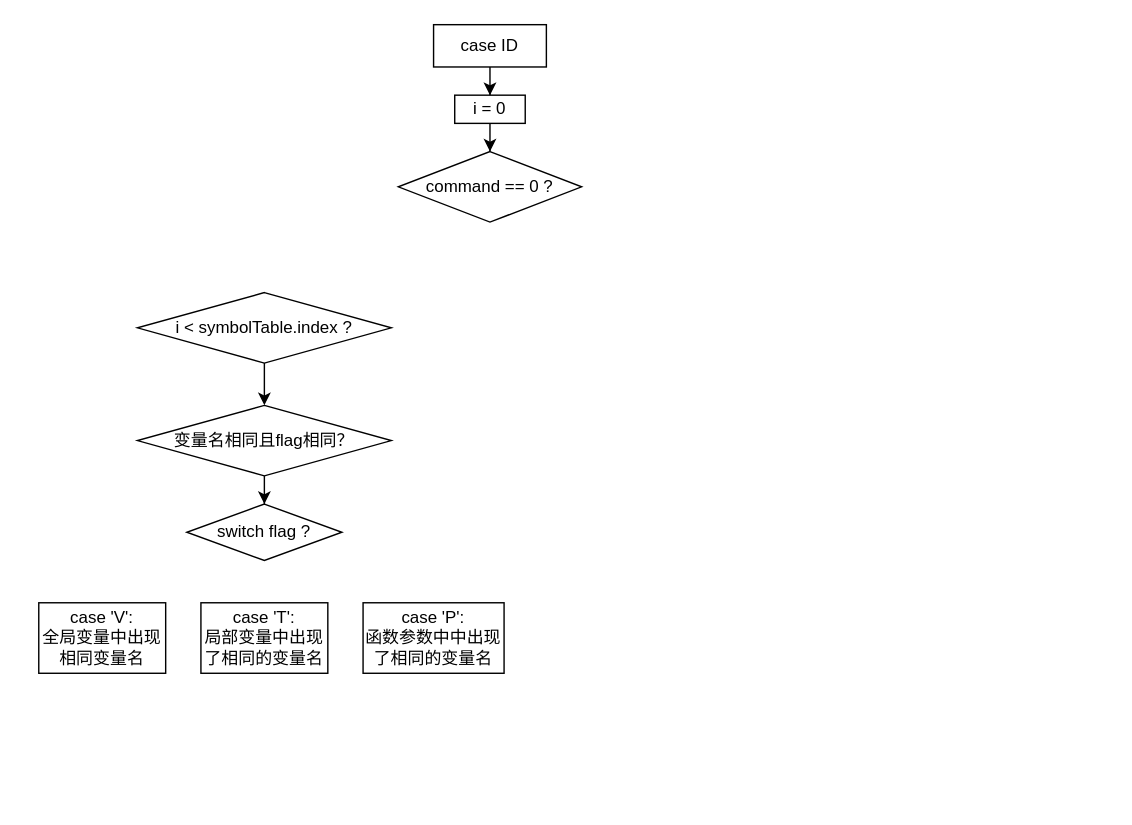
Before: 编译原理/ID.drawio in AgentGuo/flow_chart, a draw.io diagram. Source tidied: cells renumbered, new cells numbered last; positions are measured from the earlier drawing's top-left corner, leaving out a move shared by most shapes. Both pictures are drawn from the tidied source at 141%, with x=0, y=0 at pixel (38, 24).
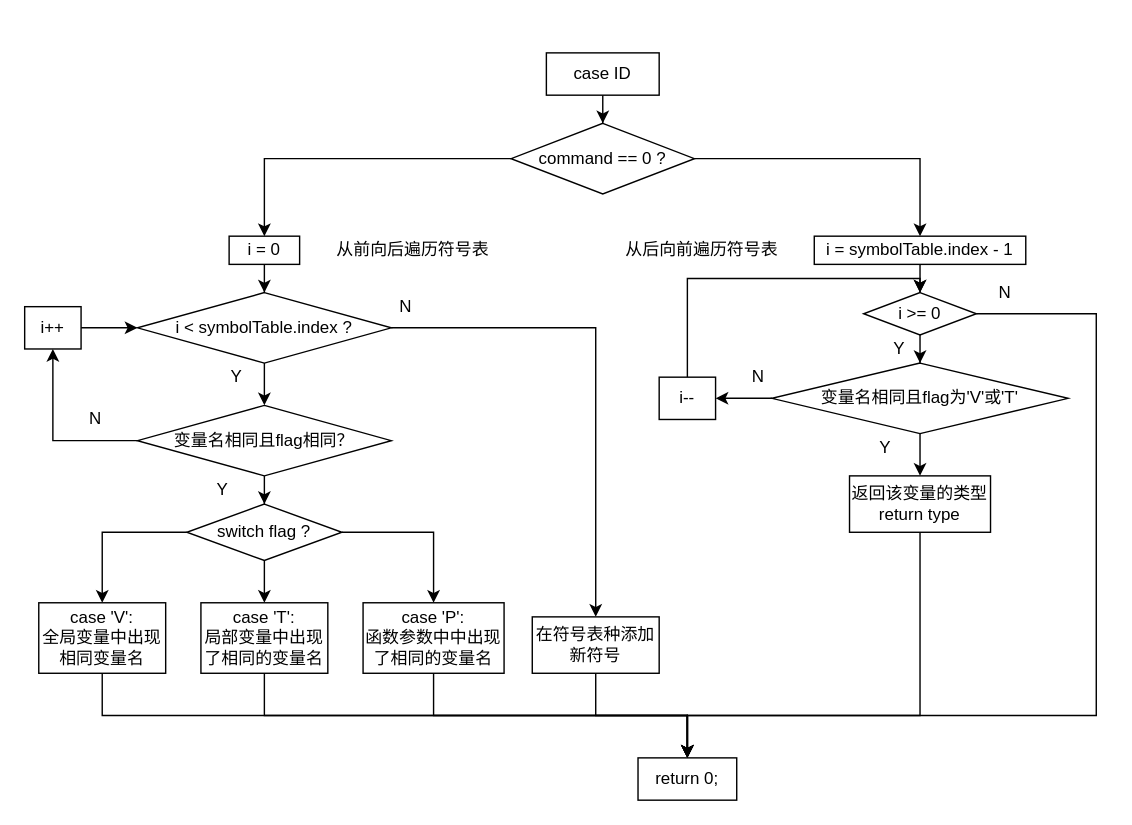
After the change.

The change refers to these unchanged cells:
```xml
<mxCell id="8" value="i &amp;lt;&amp;nbsp;symbolTable.index ?" style="rhombus;whiteSpace=wrap;html=1;" parent="1" vertex="1">
  <mxGeometry x="70" y="190" width="180" height="50" as="geometry" />
</mxCell>
<mxCell id="10" value="变量名相同且flag相同？" style="rhombus;whiteSpace=wrap;html=1;" parent="1" vertex="1">
  <mxGeometry x="70" y="270" width="180" height="50" as="geometry" />
</mxCell>
<mxCell id="11" value="switch flag ?" style="rhombus;whiteSpace=wrap;html=1;" parent="1" vertex="1">
  <mxGeometry x="105" y="340" width="110" height="40" as="geometry" />
</mxCell>
<mxCell id="12" value="case 'V':&lt;br&gt;全局变量中出现相同变量名" style="rounded=0;whiteSpace=wrap;html=1;" parent="1" vertex="1">
  <mxGeometry y="410" width="90" height="50" as="geometry" />
</mxCell>
<mxCell id="13" value="case 'T':&lt;br&gt;局部变量中出现了相同的变量名" style="rounded=0;whiteSpace=wrap;html=1;" parent="1" vertex="1">
  <mxGeometry x="115" y="410" width="90" height="50" as="geometry" />
</mxCell>
<mxCell id="14" value="case 'P':&lt;br&gt;函数参数中中出现了相同的变量名" style="rounded=0;whiteSpace=wrap;html=1;" parent="1" vertex="1">
  <mxGeometry x="230" y="410" width="100" height="50" as="geometry" />
</mxCell>
```

The edit, as a diff of the source:
```diff
@@
-    <mxCell id="2" style="edgeStyle=orthogonalEdgeStyle;rounded=0;jettySize=auto;html=1;" parent="1" edge="1" source="3" target="5">
-      <mxGeometry relative="1" as="geometry" />
-    </mxCell>
+    <mxCell id="15" style="edgeStyle=orthogonalEdgeStyle;rounded=0;jettySize=auto;html=1;" parent="1" edge="1" source="3" target="6">
+      <mxGeometry relative="1" as="geometry" />
+    </mxCell>
     <mxCell id="3" value="case ID" style="rounded=0;whiteSpace=wrap;html=1;" parent="1" vertex="1">
-      <mxGeometry x="280" width="80" height="30" as="geometry" />
+      <mxGeometry x="360" y="20" width="80" height="30" as="geometry" />
     </mxCell>
-    <mxCell id="4" style="edgeStyle=orthogonalEdgeStyle;rounded=0;jettySize=auto;html=1;" parent="1" edge="1" source="5" target="6">
-      <mxGeometry relative="1" as="geometry" />
-    </mxCell>
-    <mxCell id="5" value="i = 0" style="rounded=0;whiteSpace=wrap;html=1;" parent="1" vertex="1">
-      <mxGeometry x="295" y="50" width="50" height="20" as="geometry" />
-    </mxCell>
+    <mxCell id="16" style="edgeStyle=orthogonalEdgeStyle;rounded=0;jettySize=auto;html=1;entryX=0.5;entryY=0;entryDx=0;entryDy=0;" parent="1" edge="1" source="6" target="5">
+      <mxGeometry relative="1" as="geometry" />
+    </mxCell>
+    <mxCell id="17" style="edgeStyle=orthogonalEdgeStyle;rounded=0;jettySize=auto;html=1;entryX=0.5;entryY=0;entryDx=0;entryDy=0;" parent="1" edge="1" source="6" target="35">
+      <mxGeometry relative="1" as="geometry" />
+    </mxCell>
     <mxCell id="6" value="command == 0 ?" style="rhombus;whiteSpace=wrap;html=1;" parent="1" vertex="1">
-      <mxGeometry x="255" y="90" width="130" height="50" as="geometry" />
+      <mxGeometry x="335" y="70" width="130" height="50" as="geometry" />
     </mxCell>
@@
+    <mxCell id="18" style="edgeStyle=orthogonalEdgeStyle;rounded=0;jettySize=auto;html=1;" parent="1" edge="1" source="8" target="32">
+      <mxGeometry relative="1" as="geometry" />
+    </mxCell>
@@
+    <mxCell id="19" style="edgeStyle=orthogonalEdgeStyle;rounded=0;jettySize=auto;html=1;entryX=0.5;entryY=1;entryDx=0;entryDy=0;" parent="1" edge="1" source="10" target="29">
+      <mxGeometry relative="1" as="geometry" />
+    </mxCell>
@@
+    <mxCell id="20" style="edgeStyle=orthogonalEdgeStyle;rounded=0;jettySize=auto;html=1;" parent="1" edge="1" source="11" target="12">
+      <mxGeometry relative="1" as="geometry" />
+    </mxCell>
+    <mxCell id="21" style="edgeStyle=orthogonalEdgeStyle;rounded=0;jettySize=auto;html=1;" parent="1" edge="1" source="11" target="13">
+      <mxGeometry relative="1" as="geometry" />
+    </mxCell>
+    <mxCell id="22" style="edgeStyle=orthogonalEdgeStyle;rounded=0;jettySize=auto;html=1;" parent="1" edge="1" source="11" target="14">
+      <mxGeometry relative="1" as="geometry" />
+    </mxCell>
@@
+    <mxCell id="23" style="edgeStyle=orthogonalEdgeStyle;rounded=0;jettySize=auto;html=1;" parent="1" edge="1" source="12" target="52">
+      <mxGeometry relative="1" as="geometry">
+        <Array as="points">
+          <mxPoint x="45" y="490" />
+          <mxPoint x="460" y="490" />
+        </Array>
+      </mxGeometry>
+    </mxCell>
@@
+    <mxCell id="24" style="edgeStyle=orthogonalEdgeStyle;rounded=0;jettySize=auto;html=1;" parent="1" edge="1" source="13" target="52">
+      <mxGeometry relative="1" as="geometry">
+        <Array as="points">
+          <mxPoint x="160" y="490" />
+          <mxPoint x="460" y="490" />
+        </Array>
+      </mxGeometry>
+    </mxCell>
@@
+    <mxCell id="25" style="edgeStyle=orthogonalEdgeStyle;rounded=0;jettySize=auto;html=1;" parent="1" edge="1" source="14" target="52">
+      <mxGeometry relative="1" as="geometry">
+        <Array as="points">
+          <mxPoint x="280" y="490" />
+          <mxPoint x="460" y="490" />
+        </Array>
+      </mxGeometry>
+    </mxCell>
@@
+    <mxCell id="26" value="Y" style="text;html=1;align=center;verticalAlign=middle;" parent="1" vertex="1">
+      <mxGeometry x="130" y="240" width="20" height="20" as="geometry" />
+    </mxCell>
+    <mxCell id="27" value="Y" style="text;html=1;align=center;verticalAlign=middle;" parent="1" vertex="1">
+      <mxGeometry x="120" y="320" width="20" height="20" as="geometry" />
+    </mxCell>
+    <mxCell id="28" style="edgeStyle=orthogonalEdgeStyle;rounded=0;jettySize=auto;html=1;" parent="1" edge="1" source="29" target="8">
+      <mxGeometry relative="1" as="geometry" />
+    </mxCell>
+    <mxCell id="29" value="i++" style="whiteSpace=wrap;html=1;" parent="1" vertex="1">
+      <mxGeometry x="-10" y="200" width="40" height="30" as="geometry" />
+    </mxCell>
+    <mxCell id="30" value="N" style="text;html=1;align=center;verticalAlign=middle;" parent="1" vertex="1">
+      <mxGeometry x="30" y="270" width="20" height="20" as="geometry" />
+    </mxCell>
+    <mxCell id="31" style="edgeStyle=orthogonalEdgeStyle;rounded=0;jettySize=auto;html=1;" parent="1" edge="1" source="32" target="52">
+      <mxGeometry relative="1" as="geometry" />
+    </mxCell>
+    <mxCell id="32" value="在符号表种添加新符号" style="whiteSpace=wrap;html=1;" parent="1" vertex="1">
+      <mxGeometry x="350" y="420" width="90" height="40" as="geometry" />
+    </mxCell>
+    <mxCell id="33" style="edgeStyle=orthogonalEdgeStyle;rounded=0;jettySize=auto;html=1;" parent="1" edge="1" source="5" target="8">
+      <mxGeometry relative="1" as="geometry" />
+    </mxCell>
+    <mxCell id="5" value="i = 0" style="rounded=0;whiteSpace=wrap;html=1;" parent="1" vertex="1">
+      <mxGeometry x="135" y="150" width="50" height="20" as="geometry" />
+    </mxCell>
+    <mxCell id="34" style="edgeStyle=orthogonalEdgeStyle;rounded=0;jettySize=auto;html=1;" parent="1" edge="1" source="35" target="44">
+      <mxGeometry relative="1" as="geometry" />
+    </mxCell>
+    <mxCell id="35" value="i =&amp;nbsp;symbolTable.index - 1" style="rounded=0;whiteSpace=wrap;html=1;" parent="1" vertex="1">
+      <mxGeometry x="550" y="150" width="150" height="20" as="geometry" />
+    </mxCell>
+    <mxCell id="36" value="N" style="text;html=1;align=center;verticalAlign=middle;" parent="1" vertex="1">
+      <mxGeometry x="250" y="190" width="20" height="20" as="geometry" />
+    </mxCell>
+    <mxCell id="37" value="从前向后遍历符号表" style="text;html=1;align=center;verticalAlign=middle;" parent="1" vertex="1">
+      <mxGeometry x="205" y="150" width="120" height="20" as="geometry" />
+    </mxCell>
+    <mxCell id="38" value="从后向前遍历符号表" style="text;html=1;align=center;verticalAlign=middle;" parent="1" vertex="1">
+      <mxGeometry x="410" y="150" width="120" height="20" as="geometry" />
+    </mxCell>
+    <mxCell id="39" style="edgeStyle=orthogonalEdgeStyle;rounded=0;jettySize=auto;html=1;" parent="1" edge="1" source="41" target="47">
+      <mxGeometry relative="1" as="geometry" />
+    </mxCell>
+    <mxCell id="40" style="edgeStyle=orthogonalEdgeStyle;rounded=0;jettySize=auto;html=1;entryX=1;entryY=0.5;entryDx=0;entryDy=0;" parent="1" edge="1" source="41" target="50">
+      <mxGeometry relative="1" as="geometry" />
+    </mxCell>
+    <mxCell id="41" value="变量名相同且flag为'V'或'T'" style="rhombus;whiteSpace=wrap;html=1;" parent="1" vertex="1">
+      <mxGeometry x="520" y="240" width="210" height="50" as="geometry" />
+    </mxCell>
+    <mxCell id="42" style="edgeStyle=orthogonalEdgeStyle;rounded=0;jettySize=auto;html=1;" parent="1" edge="1" source="44" target="41">
+      <mxGeometry relative="1" as="geometry" />
+    </mxCell>
+    <mxCell id="43" style="edgeStyle=orthogonalEdgeStyle;rounded=0;jettySize=auto;html=1;" parent="1" edge="1" source="44" target="52">
+      <mxGeometry relative="1" as="geometry">
+        <Array as="points">
+          <mxPoint x="750" y="205" />
+          <mxPoint x="750" y="490" />
+          <mxPoint x="460" y="490" />
+        </Array>
+      </mxGeometry>
+    </mxCell>
+    <mxCell id="44" value="i &amp;gt;= 0" style="rhombus;whiteSpace=wrap;html=1;" parent="1" vertex="1">
+      <mxGeometry x="585" y="190" width="80" height="30" as="geometry" />
+    </mxCell>
+    <mxCell id="45" value="Y" style="text;html=1;align=center;verticalAlign=middle;" parent="1" vertex="1">
+      <mxGeometry x="600" y="220" width="20" height="20" as="geometry" />
+    </mxCell>
+    <mxCell id="46" style="edgeStyle=orthogonalEdgeStyle;rounded=0;jettySize=auto;html=1;" parent="1" edge="1" source="47" target="52">
+      <mxGeometry relative="1" as="geometry">
+        <Array as="points">
+          <mxPoint x="625" y="490" />
+          <mxPoint x="460" y="490" />
+        </Array>
+      </mxGeometry>
+    </mxCell>
+    <mxCell id="47" value="返回该变量的类型&lt;br&gt;return&amp;nbsp;type" style="whiteSpace=wrap;html=1;" parent="1" vertex="1">
+      <mxGeometry x="575" y="320" width="100" height="40" as="geometry" />
+    </mxCell>
+    <mxCell id="48" value="Y" style="text;html=1;align=center;verticalAlign=middle;" parent="1" vertex="1">
+      <mxGeometry x="590" y="290" width="20" height="20" as="geometry" />
+    </mxCell>
+    <mxCell id="49" style="edgeStyle=orthogonalEdgeStyle;rounded=0;jettySize=auto;html=1;entryX=0.5;entryY=0;entryDx=0;entryDy=0;" parent="1" edge="1" source="50" target="44">
+      <mxGeometry relative="1" as="geometry">
+        <Array as="points">
+          <mxPoint x="460" y="180" />
+          <mxPoint x="625" y="180" />
+        </Array>
+      </mxGeometry>
+    </mxCell>
+    <mxCell id="50" value="i--" style="whiteSpace=wrap;html=1;" parent="1" vertex="1">
+      <mxGeometry x="440" y="250" width="40" height="30" as="geometry" />
+    </mxCell>
+    <mxCell id="51" value="N" style="text;html=1;align=center;verticalAlign=middle;" parent="1" vertex="1">
+      <mxGeometry x="500" y="240" width="20" height="20" as="geometry" />
+    </mxCell>
+    <mxCell id="52" value="return 0;" style="whiteSpace=wrap;html=1;" parent="1" vertex="1">
+      <mxGeometry x="425" y="520" width="70" height="30" as="geometry" />
+    </mxCell>
+    <mxCell id="53" value="N" style="text;html=1;align=center;verticalAlign=middle;" parent="1" vertex="1">
+      <mxGeometry x="675" y="180" width="20" height="20" as="geometry" />
+    </mxCell>
```
